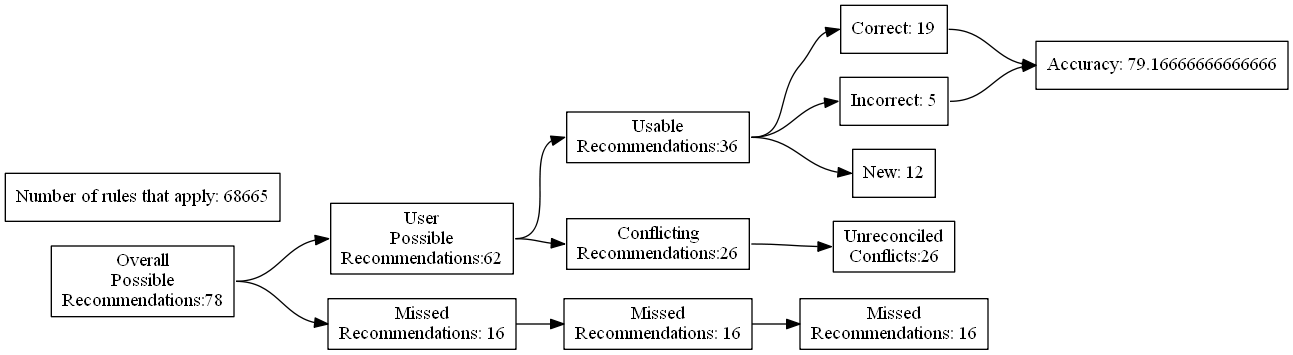
The Graphviz diagram test_renders/32.gv.png in ZaxR/ibd_diet_analysis, before a commit. Its source is kept beside it as test_renders/32.gv.
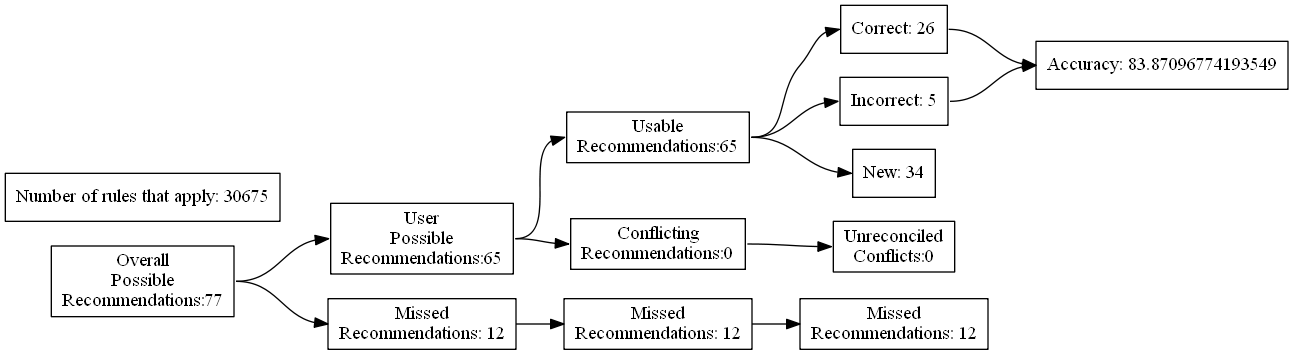
After the change.

What changed in the source:
```diff
@@ -4,27 +4,27 @@
 	edge [headport=w tailport=e]
 		A [label="Overall
 Possible
-Recommendations:78"]
+Recommendations:77"]
 		B [label="User
 Possible
-Recommendations:62"]
+Recommendations:65"]
 		C [label="Missed
-Recommendations: 16"]
+Recommendations: 12"]
 		D [label="Usable
-Recommendations:36"]
+Recommendations:65"]
 		E [label="Conflicting
-Recommendations:26"]
+Recommendations:0"]
 		J [label="Missed
-Recommendations: 16"]
+Recommendations: 12"]
 		M [label="Unreconciled
-Conflicts:26"]
-		F [label="Correct: 19"]
+Conflicts:0"]
+		F [label="Correct: 26"]
 		G [label="Incorrect: 5"]
-		H [label="New: 12"]
+		H [label="New: 34"]
 		K [label="Missed
-Recommendations: 16"]
-		I [label="Accuracy: 79.16666666666666"]
-		l [label="Number of rules that apply: 68665"]
+Recommendations: 12"]
+		I [label="Accuracy: 83.87096774193549"]
+		l [label="Number of rules that apply: 30675"]
 			A -> B
 			A -> C
 			B -> D
```
